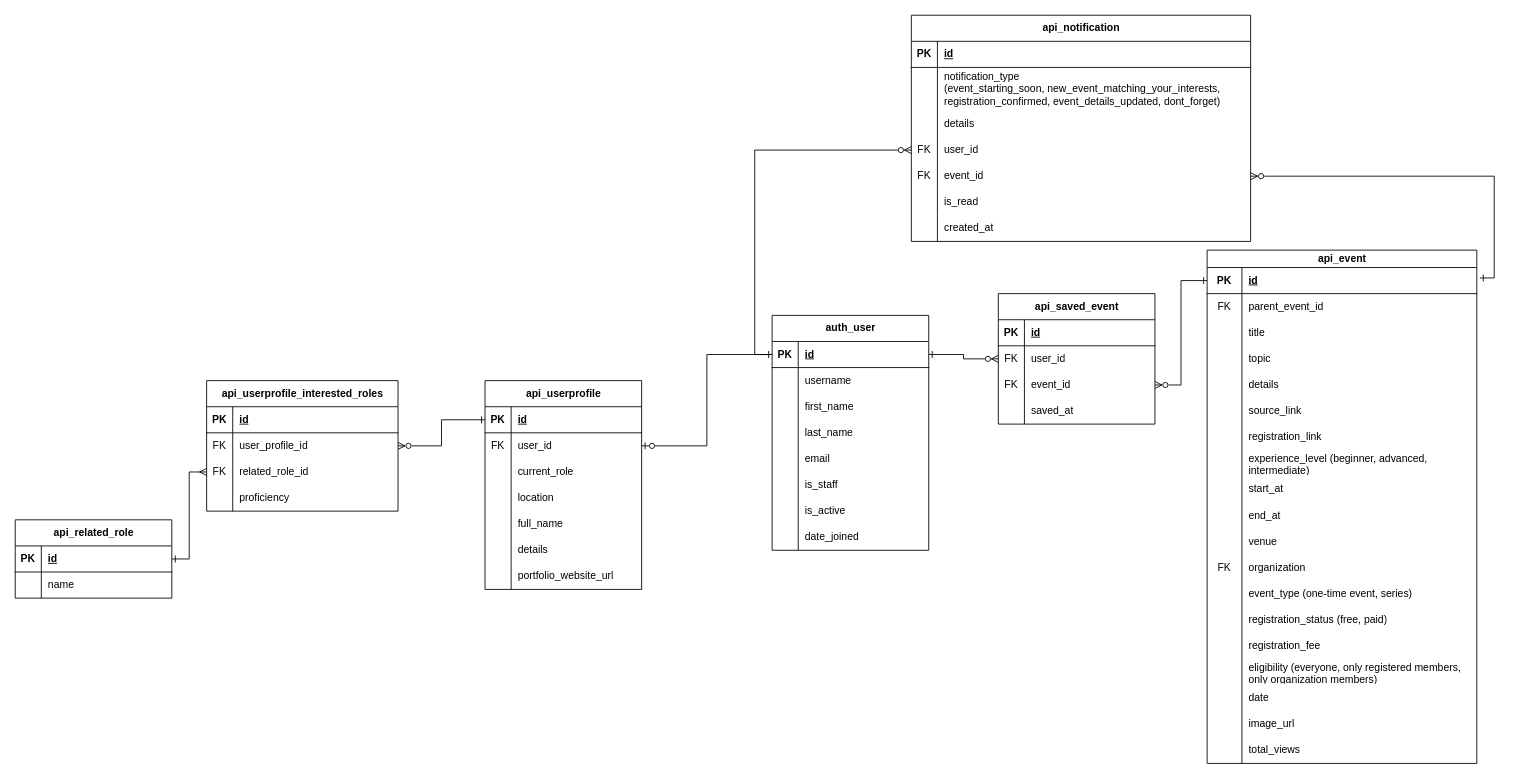
This is page "User" (2 of 7) of 2Gether.drawio from RHILIUS/drawio, a draw.io file, before an edit. Source tidied: cells renumbered, new cells numbered last; positions are measured from the earlier drawing's top-left corner, leaving out a move shared by most shapes. Both pictures are drawn from the tidied source at 87%, with x=0, y=0 at pixel (15, 15).
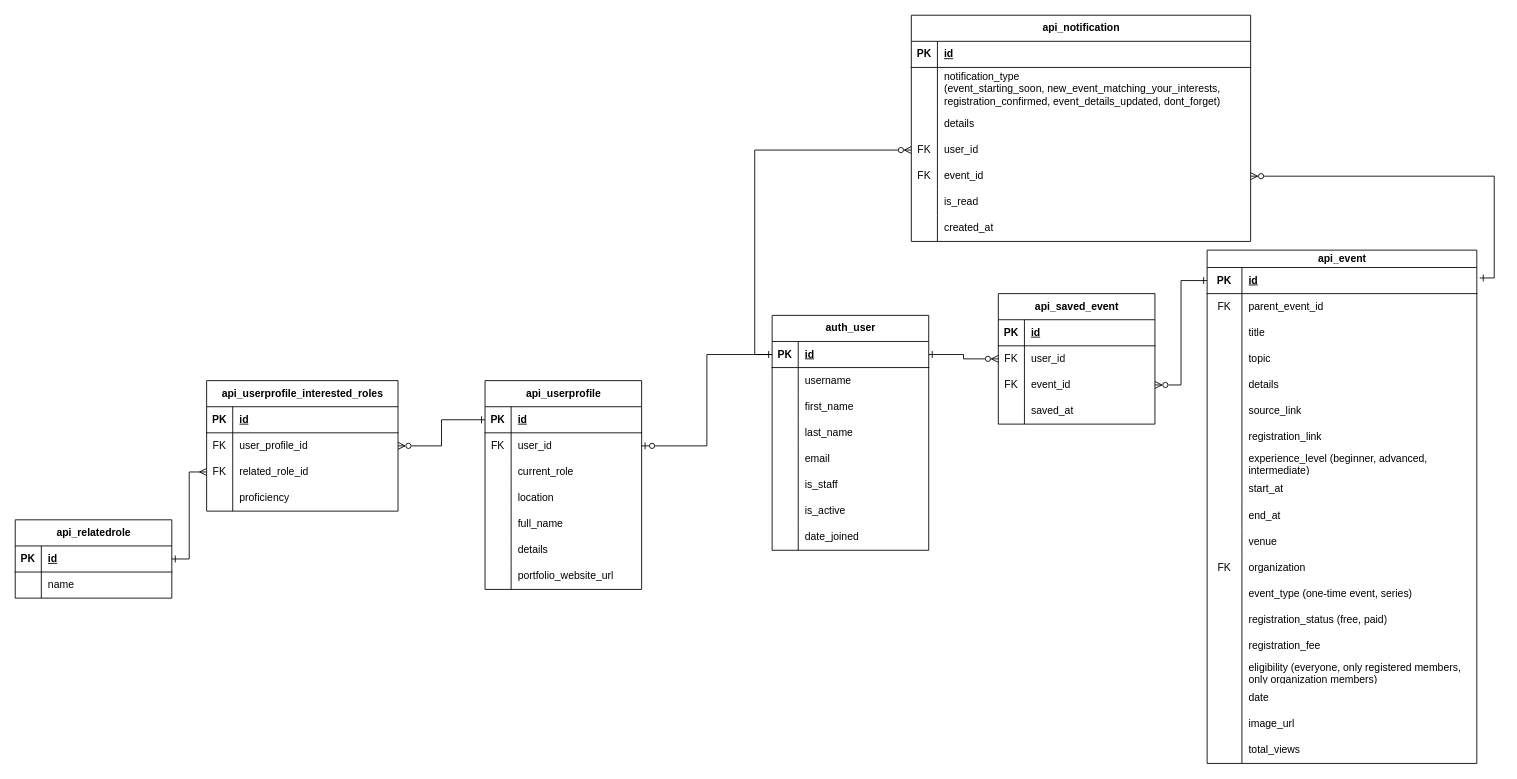
The same page after the edit.

Change to the diagram source:
```diff
@@
-    <mxCell id="147" value="api_related_role" style="shape=table;startSize=30;childLayout=tableLayout;rowLines=0;fontStyle=1;align=center;html=1;" parent="1" vertex="1">
+    <mxCell id="147" value="api_relatedrole" style="shape=table;startSize=30;childLayout=tableLayout;rowLines=0;fontStyle=1;align=center;html=1;" parent="1" vertex="1">
       <mxGeometry y="580" width="180" height="90" as="geometry" />
     </mxCell>
```
